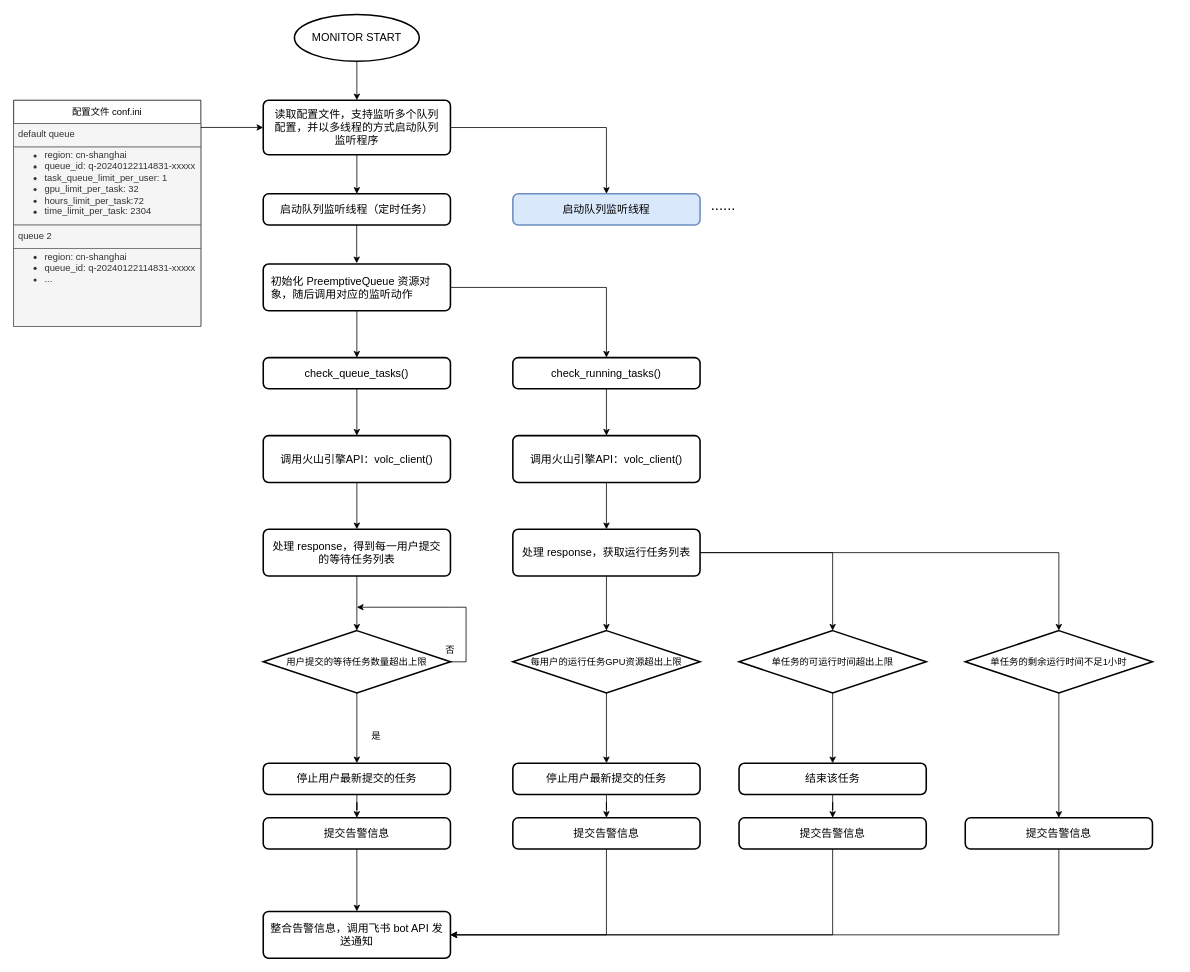
Before: page "flow-chat" (1 of 2) of resource monitor.drawio in wehyy/my-world, a draw.io diagram. Source tidied: cells renumbered, new cells numbered last; positions are measured from the earlier drawing's top-left corner, leaving out a move shared by most shapes. Both pictures are drawn from the tidied source at 78%, with x=0, y=0 at pixel (13, 14).
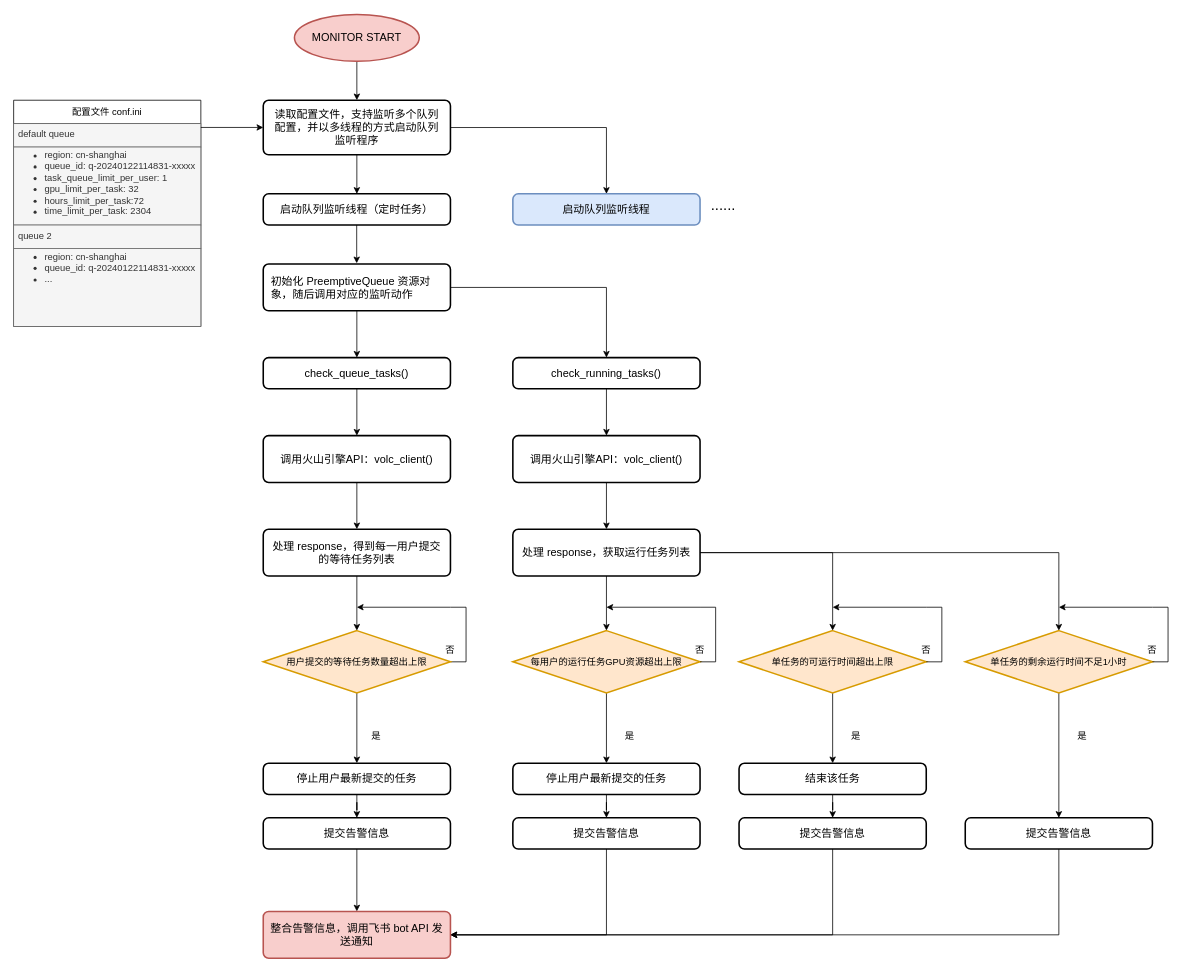
The same page after the edit.

What changed in the source:
```diff
@@
-    <mxCell id="3" value="MONITOR START" style="strokeWidth=2;html=1;shape=mxgraph.flowchart.start_1;whiteSpace=wrap;fontSize=14;" parent="1" vertex="1">
+    <mxCell id="3" value="MONITOR START" style="strokeWidth=2;html=1;shape=mxgraph.flowchart.start_1;whiteSpace=wrap;fontSize=14;fillColor=#f8cecc;strokeColor=#b85450;" parent="1" vertex="1">
       <mxGeometry x="360" width="160" height="60" as="geometry" />
     </mxCell>
@@
-    <mxCell id="29" value="用户提交的等待任务数量超出上限" style="strokeWidth=2;html=1;shape=mxgraph.flowchart.decision;whiteSpace=wrap;" parent="1" vertex="1">
+    <mxCell id="29" value="用户提交的等待任务数量超出上限" style="strokeWidth=2;html=1;shape=mxgraph.flowchart.decision;whiteSpace=wrap;fillColor=#ffe6cc;strokeColor=#d79b00;" parent="1" vertex="1">
       <mxGeometry x="320" y="790" width="240" height="80" as="geometry" />
     </mxCell>
@@
-    <mxCell id="42" value="每用户的运行任务GPU资源超出上限" style="strokeWidth=2;html=1;shape=mxgraph.flowchart.decision;whiteSpace=wrap;" parent="1" vertex="1">
+    <mxCell id="42" value="每用户的运行任务GPU资源超出上限" style="strokeWidth=2;html=1;shape=mxgraph.flowchart.decision;whiteSpace=wrap;fillColor=#ffe6cc;strokeColor=#d79b00;" parent="1" vertex="1">
       <mxGeometry x="640" y="790" width="240" height="80" as="geometry" />
     </mxCell>
@@
-    <mxCell id="44" value="单任务的可运行时间超出上限" style="strokeWidth=2;html=1;shape=mxgraph.flowchart.decision;whiteSpace=wrap;" parent="1" vertex="1">
+    <mxCell id="44" value="单任务的可运行时间超出上限" style="strokeWidth=2;html=1;shape=mxgraph.flowchart.decision;whiteSpace=wrap;fillColor=#ffe6cc;strokeColor=#d79b00;" parent="1" vertex="1">
       <mxGeometry x="930" y="790" width="240" height="80" as="geometry" />
     </mxCell>
@@
-    <mxCell id="46" value="单任务的剩余运行时间不足1小时" style="strokeWidth=2;html=1;shape=mxgraph.flowchart.decision;whiteSpace=wrap;" parent="1" vertex="1">
+    <mxCell id="46" value="单任务的剩余运行时间不足1小时" style="strokeWidth=2;html=1;shape=mxgraph.flowchart.decision;whiteSpace=wrap;fillColor=#ffe6cc;strokeColor=#d79b00;" parent="1" vertex="1">
       <mxGeometry x="1220" y="790" width="240" height="80" as="geometry" />
     </mxCell>
@@
-    <mxCell id="59" value="整合告警信息，调用飞书 bot API 发送通知" style="rounded=1;whiteSpace=wrap;html=1;absoluteArcSize=1;arcSize=14;strokeWidth=2;spacingLeft=8;spacingRight=8;align=center;fontSize=14;" parent="1" vertex="1">
+    <mxCell id="59" value="整合告警信息，调用飞书 bot API 发送通知" style="rounded=1;whiteSpace=wrap;html=1;absoluteArcSize=1;arcSize=14;strokeWidth=2;spacingLeft=8;spacingRight=8;align=center;fontSize=14;fillColor=#f8cecc;strokeColor=#b85450;" parent="1" vertex="1">
       <mxGeometry x="320" y="1150" width="240" height="60" as="geometry" />
     </mxCell>
+    <mxCell id="60" value="是" style="text;strokeColor=none;align=center;fillColor=none;html=1;verticalAlign=middle;whiteSpace=wrap;rounded=0;" parent="1" vertex="1">
+      <mxGeometry x="760" y="910" width="60" height="30" as="geometry" />
+    </mxCell>
+    <mxCell id="61" value="是" style="text;strokeColor=none;align=center;fillColor=none;html=1;verticalAlign=middle;whiteSpace=wrap;rounded=0;" parent="1" vertex="1">
+      <mxGeometry x="1050" y="910" width="60" height="30" as="geometry" />
+    </mxCell>
+    <mxCell id="62" value="是" style="text;strokeColor=none;align=center;fillColor=none;html=1;verticalAlign=middle;whiteSpace=wrap;rounded=0;" parent="1" vertex="1">
+      <mxGeometry x="1340" y="910" width="60" height="30" as="geometry" />
+    </mxCell>
+    <mxCell id="63" style="edgeStyle=orthogonalEdgeStyle;rounded=0;orthogonalLoop=1;jettySize=auto;html=1;" parent="1" edge="1">
+      <mxGeometry relative="1" as="geometry">
+        <mxPoint x="880" y="830" as="sourcePoint" />
+        <mxPoint x="760" y="760" as="targetPoint" />
+        <Array as="points">
+          <mxPoint x="900" y="830" />
+          <mxPoint x="900" y="760" />
+          <mxPoint x="880" y="760" />
+        </Array>
+      </mxGeometry>
+    </mxCell>
+    <mxCell id="64" value="否" style="text;strokeColor=none;align=center;fillColor=none;html=1;verticalAlign=middle;whiteSpace=wrap;rounded=0;" parent="1" vertex="1">
+      <mxGeometry x="850" y="800" width="60" height="30" as="geometry" />
+    </mxCell>
+    <mxCell id="65" style="edgeStyle=orthogonalEdgeStyle;rounded=0;orthogonalLoop=1;jettySize=auto;html=1;" parent="1" edge="1">
+      <mxGeometry relative="1" as="geometry">
+        <mxPoint x="1170" y="830" as="sourcePoint" />
+        <mxPoint x="1050" y="760" as="targetPoint" />
+        <Array as="points">
+          <mxPoint x="1190" y="830" />
+          <mxPoint x="1190" y="760" />
+          <mxPoint x="1170" y="760" />
+        </Array>
+      </mxGeometry>
+    </mxCell>
+    <mxCell id="66" value="否" style="text;strokeColor=none;align=center;fillColor=none;html=1;verticalAlign=middle;whiteSpace=wrap;rounded=0;" parent="1" vertex="1">
+      <mxGeometry x="1140" y="800" width="60" height="30" as="geometry" />
+    </mxCell>
+    <mxCell id="67" style="edgeStyle=orthogonalEdgeStyle;rounded=0;orthogonalLoop=1;jettySize=auto;html=1;" parent="1" edge="1">
+      <mxGeometry relative="1" as="geometry">
+        <mxPoint x="1460" y="830" as="sourcePoint" />
+        <mxPoint x="1340" y="760" as="targetPoint" />
+        <Array as="points">
+          <mxPoint x="1480" y="830" />
+          <mxPoint x="1480" y="760" />
+          <mxPoint x="1460" y="760" />
+        </Array>
+      </mxGeometry>
+    </mxCell>
+    <mxCell id="68" value="否" style="text;strokeColor=none;align=center;fillColor=none;html=1;verticalAlign=middle;whiteSpace=wrap;rounded=0;" parent="1" vertex="1">
+      <mxGeometry x="1430" y="800" width="60" height="30" as="geometry" />
+    </mxCell>
```
